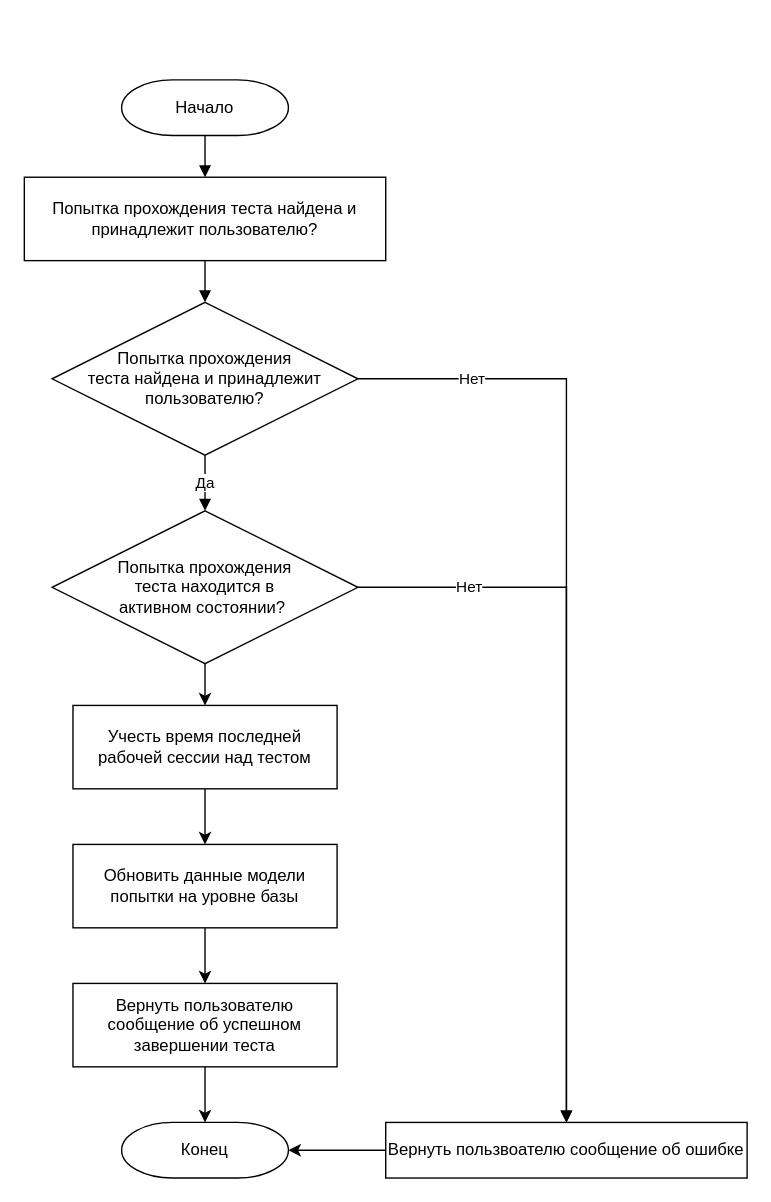
KirillKurril/diplom keeps this draw.io diagram as diagrams/blocks3.drawio. Above is the earlier version. Source tidied: cells renumbered, new cells numbered last; positions are measured from the earlier drawing's top-left corner, leaving out a move shared by most shapes. Both pictures are drawn from the tidied source at 139%, with x=0, y=0 at pixel (24, 79).
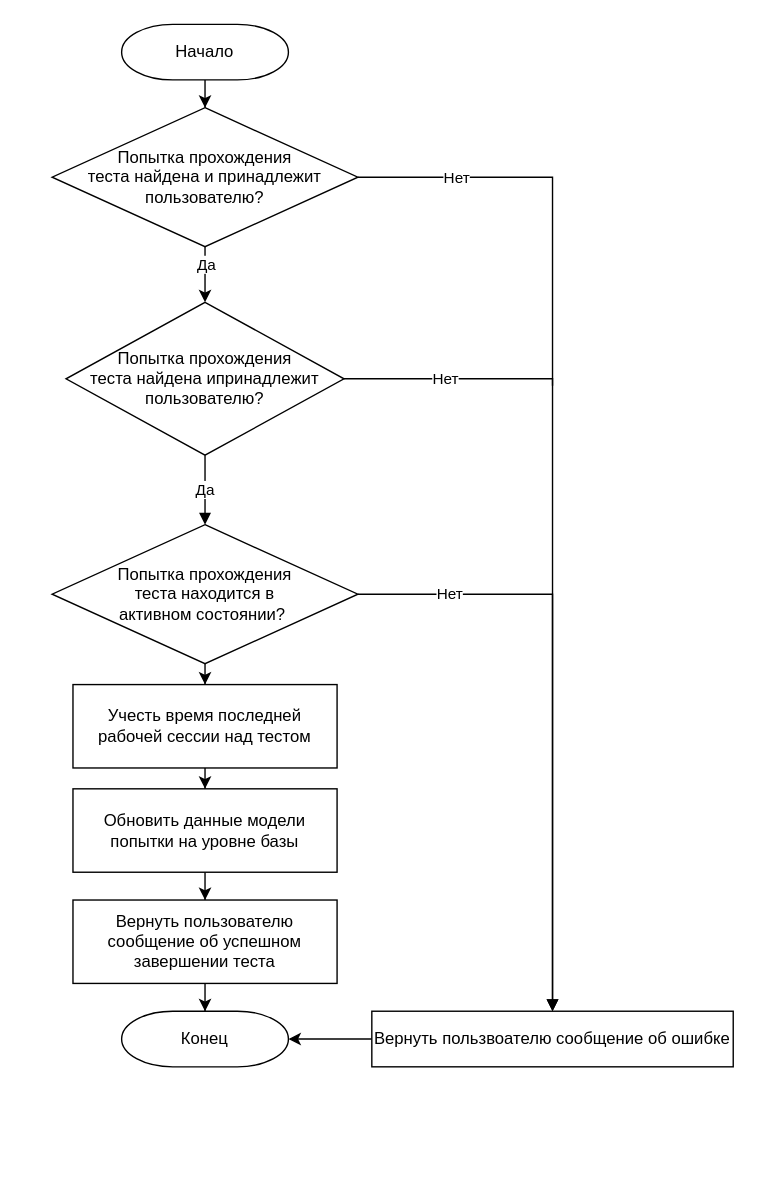
Above is the later version.

What changed in the source:
```diff
@@
-    <mxCell id="2" value="Попытка прохождения теста найдена и принадлежит пользователю?" style="rounded=0;whiteSpace=wrap;html=1;" parent="1" vertex="1">
-      <mxGeometry y="70" width="260" height="60" as="geometry" />
-    </mxCell>
-    <mxCell id="3" style="endArrow=block;html=1;" parent="1" edge="1" target="2">
-      <mxGeometry relative="1" as="geometry">
-        <mxPoint x="130" y="40" as="sourcePoint" />
-      </mxGeometry>
-    </mxCell>
-    <mxCell id="4" style="endArrow=block;html=1;" parent="1" edge="1" source="2">
-      <mxGeometry relative="1" as="geometry">
-        <mxPoint x="130" y="160" as="targetPoint" />
-      </mxGeometry>
-    </mxCell>
+    <mxCell id="21" style="edgeStyle=orthogonalEdgeStyle;rounded=0;jettySize=auto;html=1;" parent="1" edge="1" source="5" target="2">
+      <mxGeometry relative="1" as="geometry" />
+    </mxCell>
     <mxCell id="5" value="Начало" style="strokeWidth=1;html=1;shape=mxgraph.flowchart.terminator;whiteSpace=wrap;" parent="1" vertex="1">
-      <mxGeometry x="70" width="120" height="40" as="geometry" />
+      <mxGeometry x="70" y="-40" width="120" height="40" as="geometry" />
     </mxCell>
     <mxCell id="6" value="Конец" style="strokeWidth=1;html=1;shape=mxgraph.flowchart.terminator;whiteSpace=wrap;" parent="1" vertex="1">
-      <mxGeometry x="70" y="750" width="120" height="40" as="geometry" />
+      <mxGeometry x="70" y="670" width="120" height="40" as="geometry" />
     </mxCell>
-    <mxCell id="7" value="Попытка прохождения&lt;br&gt;теста найдена и принадлежит&lt;br&gt;пользователю?" style="rhombus;whiteSpace=wrap;html=1;" parent="1" vertex="1">
-      <mxGeometry x="20" y="160" width="220" height="110" as="geometry" />
+    <mxCell id="7" value="Попытка прохождения&lt;br&gt;теста найдена ипринадлежит&lt;br&gt;пользователю?" style="rhombus;whiteSpace=wrap;html=1;" parent="1" vertex="1">
+      <mxGeometry x="30" y="160" width="200" height="110" as="geometry" />
     </mxCell>
@@
     <mxCell id="9" value="Вернуть пользвоателю сообщение об ошибке" style="rounded=0;whiteSpace=wrap;html=1;" parent="1" vertex="1">
-      <mxGeometry x="260" y="750" width="260" height="40" as="geometry" />
+      <mxGeometry x="250" y="670" width="260" height="40" as="geometry" />
     </mxCell>
@@
     <mxCell id="11" value="Попытка прохождения&lt;div&gt;теста находится в&lt;div&gt;активном состоянии?&amp;nbsp;&lt;/div&gt;&lt;/div&gt;" style="rhombus;whiteSpace=wrap;html=1;" parent="1" vertex="1">
-      <mxGeometry x="20" y="310" width="220" height="110" as="geometry" />
+      <mxGeometry x="20" y="320" width="220" height="100" as="geometry" />
     </mxCell>
@@
     <mxCell id="13" value="Нет" style="endArrow=block;html=1;rounded=0;curved=0;" parent="1" edge="1" source="7" target="9">
       <mxGeometry x="-0.76" relative="1" as="geometry">
         <Array as="points">
-          <mxPoint x="390" y="215" />
+          <mxPoint x="380" y="215" />
         </Array>
       </mxGeometry>
     </mxCell>
     <mxCell id="14" value="Нет" style="endArrow=block;html=1;rounded=0;curved=0;" parent="1" edge="1" source="11" target="9">
       <mxGeometry x="-0.7" relative="1" as="geometry">
         <Array as="points">
-          <mxPoint x="390" y="365" />
+          <mxPoint x="310" y="370" />
+          <mxPoint x="380" y="370" />
         </Array>
       </mxGeometry>
     </mxCell>
@@
     <mxCell id="16" value="Учесть время последней&lt;br&gt;рабочей сессии над тестом" style="rounded=0;whiteSpace=wrap;html=1;" parent="1" vertex="1">
-      <mxGeometry x="35" y="450" width="190" height="60" as="geometry" />
+      <mxGeometry x="35" y="435" width="190" height="60" as="geometry" />
     </mxCell>
@@
     <mxCell id="18" value="Обновить данные модели попытки на уровне базы" style="rounded=0;whiteSpace=wrap;html=1;" parent="1" vertex="1">
-      <mxGeometry x="35" y="550" width="190" height="60" as="geometry" />
+      <mxGeometry x="35" y="510" width="190" height="60" as="geometry" />
     </mxCell>
@@
     <mxCell id="20" value="Вернуть пользователю сообщение об успешном завершении теста" style="rounded=0;whiteSpace=wrap;html=1;" parent="1" vertex="1">
-      <mxGeometry x="35" y="650" width="190" height="60" as="geometry" />
+      <mxGeometry x="35" y="590" width="190" height="60" as="geometry" />
     </mxCell>
+    <mxCell id="22" style="edgeStyle=orthogonalEdgeStyle;rounded=0;jettySize=auto;html=1;" parent="1" edge="1" source="2" target="7">
+      <mxGeometry relative="1" as="geometry" />
+    </mxCell>
+    <mxCell id="23" value="Да" style="edgeLabel;html=1;align=center;verticalAlign=middle;" parent="22" vertex="1">
+      <mxGeometry x="-0.38" y="1" relative="1" as="geometry">
+        <mxPoint x="-1" as="offset" />
+      </mxGeometry>
+    </mxCell>
+    <mxCell id="24" style="edgeStyle=orthogonalEdgeStyle;rounded=0;jettySize=auto;html=1;endArrow=none;endFill=0;" parent="1" edge="1" source="2">
+      <mxGeometry relative="1" as="geometry">
+        <mxPoint x="380" y="220" as="targetPoint" />
+        <Array as="points">
+          <mxPoint x="380" y="70" />
+          <mxPoint x="380" y="220" />
+        </Array>
+      </mxGeometry>
+    </mxCell>
+    <mxCell id="25" value="Нет" style="edgeLabel;html=1;align=center;verticalAlign=middle;" parent="24" vertex="1">
+      <mxGeometry x="-0.52" y="-3" relative="1" as="geometry">
+        <mxPoint y="-3" as="offset" />
+      </mxGeometry>
+    </mxCell>
+    <mxCell id="2" value="Попытка прохождения&lt;br&gt;теста найдена и принадлежит пользователю?" style="rhombus;whiteSpace=wrap;html=1;" parent="1" vertex="1">
+      <mxGeometry x="20" y="20" width="220" height="100" as="geometry" />
+    </mxCell>
```
